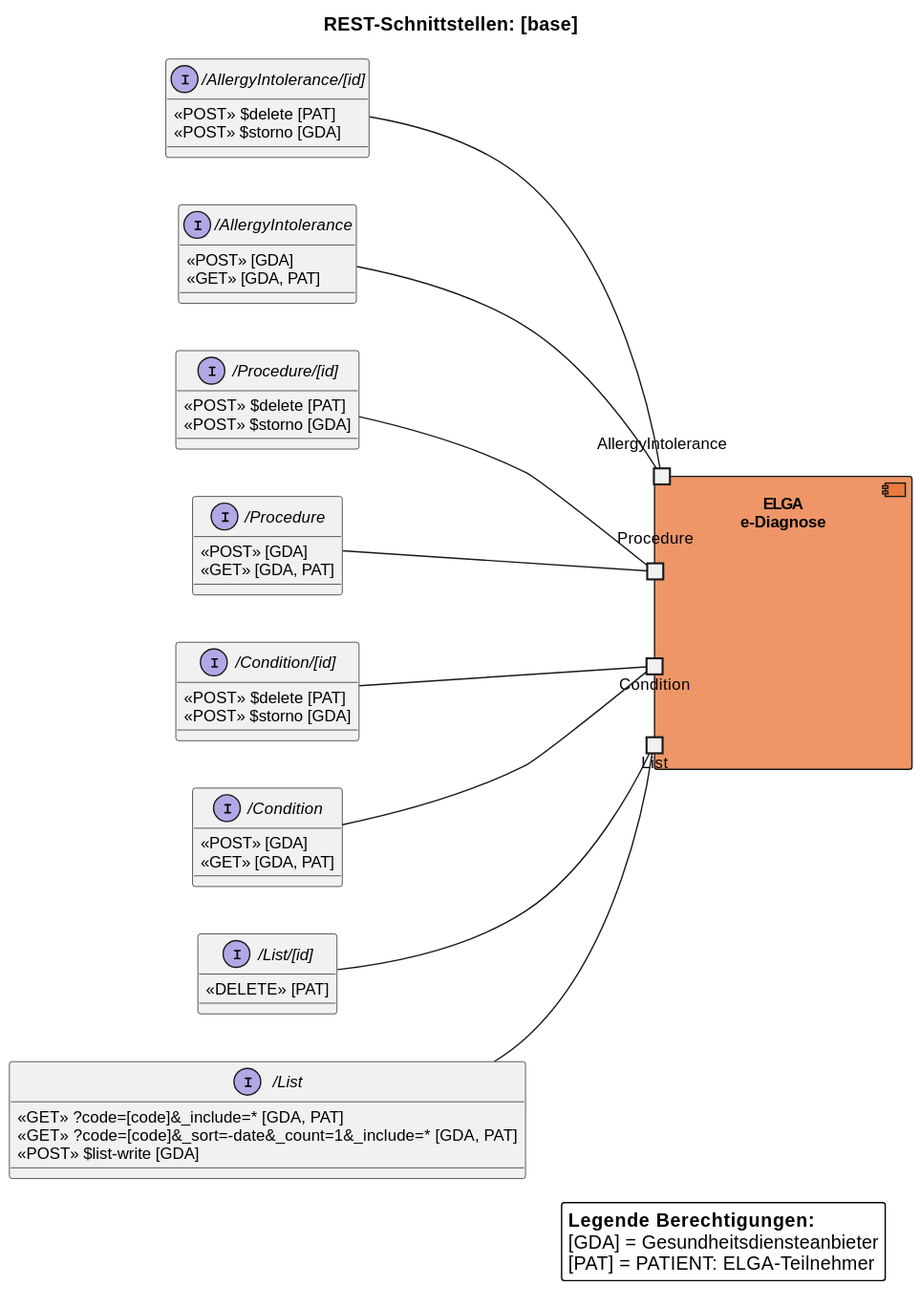
The PlantUML diagram r4-ELGA-e-Diagnose-main/plantuml/interaction_overview.svg in HL7Austria/hl7austria.github.io, before a commit.
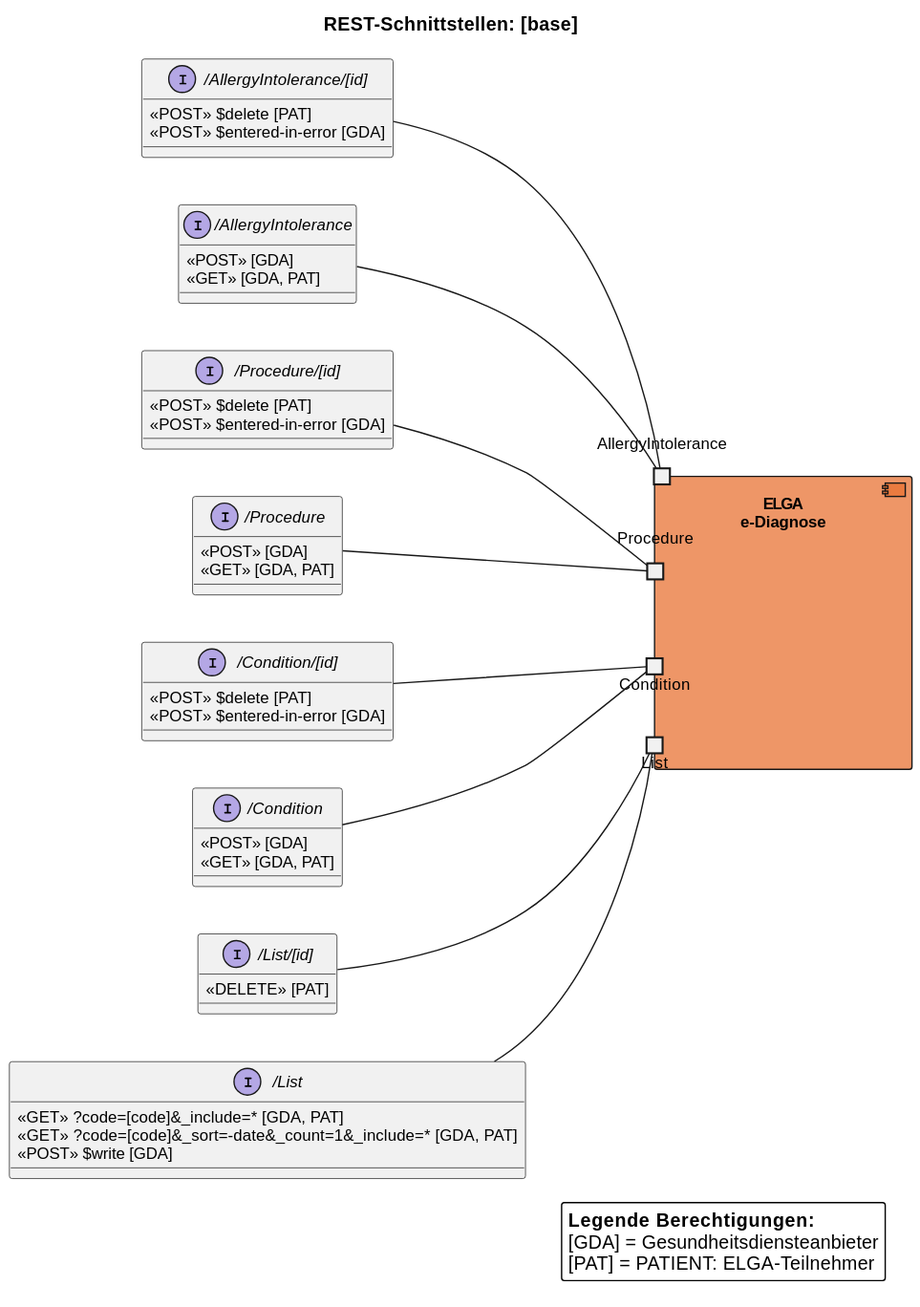
After the commit.

The edit, as a diff of the source:
```diff
@@ -32,7 +32,7 @@
 interface "/List" as List_type {
   «GET» ?code=[code]&_include=* [GDA, PAT]
   «GET» ?code=[code]&_sort=-date&_count=1&_include=* [GDA, PAT]
-  «POST» $list-write [GDA]
+  «POST» $write [GDA]
 }
 
 interface "/List/[id]" as List_instance {
@@ -41,7 +41,7 @@
 
 interface "/Condition/[id]" as ICondition_instance {
   «POST» $delete [PAT]
-  «POST» $storno [GDA]
+  «POST» $entered-in-error [GDA]
 }
 
 interface "/Condition" as ICondition_type {
@@ -51,7 +51,7 @@
 
 interface "/Procedure/[id]" as IProcedure_instance {
   «POST» $delete [PAT]
-  «POST» $storno [GDA]
+  «POST» $entered-in-error [GDA]
 }
 
 interface "/Procedure" as IProcedure_type {
@@ -61,7 +61,7 @@
 
 interface "/AllergyIntolerance/[id]" as IAllergyIntolerance_instance {
   «POST» $delete [PAT]
-  «POST» $storno [GDA]
+  «POST» $entered-in-error [GDA]
 }
 
 interface "/AllergyIntolerance" as IAllergyIntolerance_type {
```
